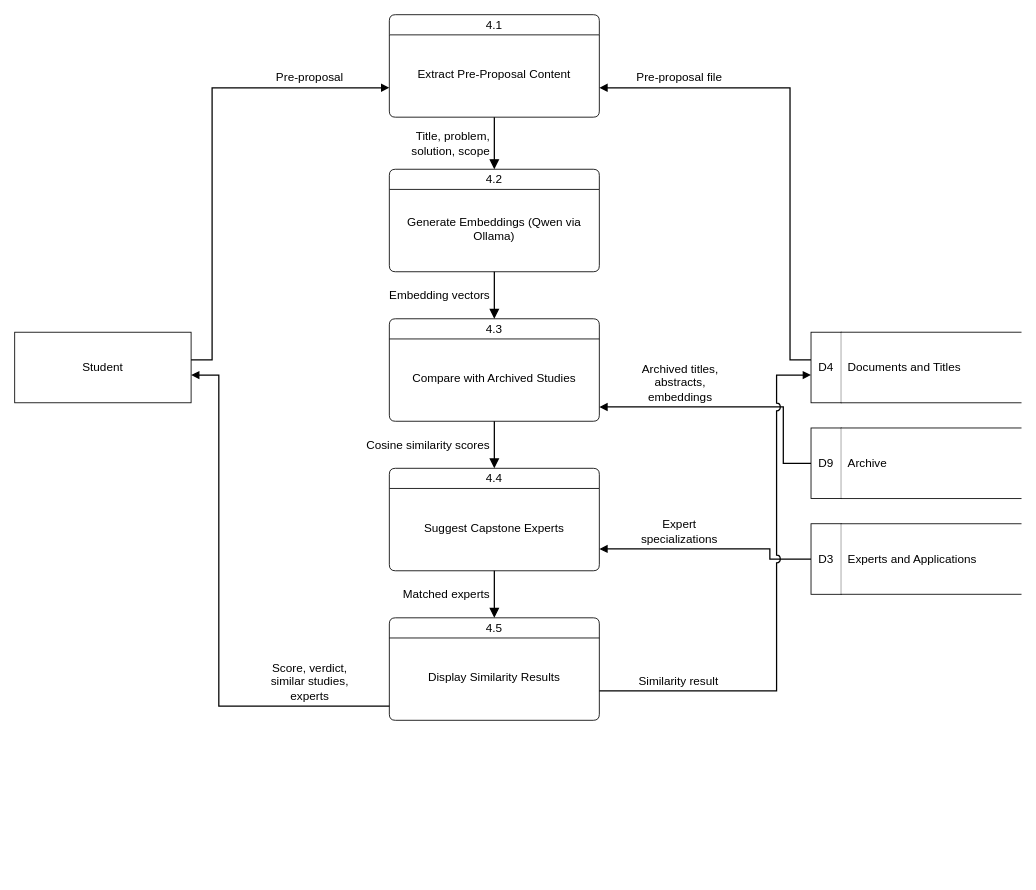
Above: page "DFD Level 1 - 4.0 Check Duplication" (7 of 16) of docs/diagrams/capstrack-diagrams-all.drawio in M21thony/capstrack (draw.io), before the change. Source tidied: cells renumbered, new cells numbered last; positions are measured from the earlier drawing's top-left corner, leaving out a move shared by most shapes. Both pictures are drawn from the tidied source at 84%, with x=0, y=0 at pixel (14, 14).
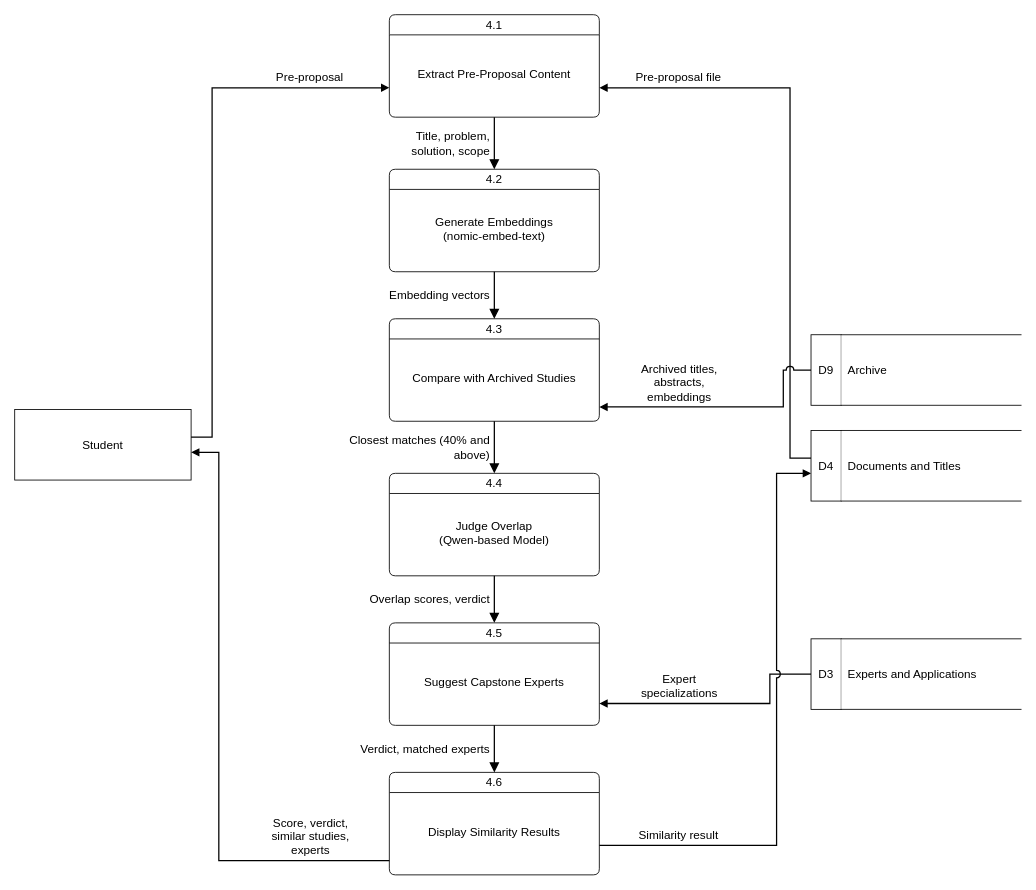
The same page after the edit.

Commit message (it also covers changes not shown here):
Fix DFD Level 1 (Check Duplication): embeddings come from nomic-embed-text

Process 4.2 wrongly said embeddings were generated by Qwen. The code
(SimilarityService, OLLAMA_EMBED_MODEL) uses nomic-embed-text; the
Qwen-based model only extracts sections for non-standard files and
judges the closest matches. Added the judge step (4.4) and the 40%
cutoff so the diagram matches Chapter 3.

The change refers to these unchanged cells:
```xml
<mxCell id="2" value="4.1" style="swimlane;shape=swimlane;rounded=1;arcSize=10;startSize=24;html=1;whiteSpace=wrap;fillColor=#ffffff;swimlaneFillColor=#ffffff;fontStyle=0;fontSize=14;strokeColor=#000000;fontFamily=Helvetica;fontColor=#000000;" parent="1" vertex="1">
  <mxGeometry x="446" width="250" height="122" as="geometry" />
</mxCell>
<mxCell id="4" value="4.2" style="swimlane;shape=swimlane;rounded=1;arcSize=10;startSize=24;html=1;whiteSpace=wrap;fillColor=#ffffff;swimlaneFillColor=#ffffff;fontStyle=0;fontSize=14;strokeColor=#000000;fontFamily=Helvetica;fontColor=#000000;" parent="1" vertex="1">
  <mxGeometry x="446" y="184" width="250" height="122" as="geometry" />
</mxCell>
<mxCell id="6" value="4.3" style="swimlane;shape=swimlane;rounded=1;arcSize=10;startSize=24;html=1;whiteSpace=wrap;fillColor=#ffffff;swimlaneFillColor=#ffffff;fontStyle=0;fontSize=14;strokeColor=#000000;fontFamily=Helvetica;fontColor=#000000;" parent="1" vertex="1">
  <mxGeometry x="446" y="362" width="250" height="122" as="geometry" />
</mxCell>
```

What changed in the source:
```diff
@@
-    <mxCell id="5" value="Generate Embeddings (Qwen via Ollama)" style="text;html=1;strokeColor=none;fillColor=none;align=center;verticalAlign=middle;whiteSpace=wrap;fontSize=14;fontFamily=Helvetica;fontColor=#000000;" parent="4" vertex="1">
+    <mxCell id="5" value="Generate Embeddings&lt;br&gt;(nomic-embed-text)" style="text;html=1;strokeColor=none;fillColor=none;align=center;verticalAlign=middle;whiteSpace=wrap;fontSize=14;fontFamily=Helvetica;fontColor=#000000;" parent="4" vertex="1">
       <mxGeometry x="6" y="24" width="238" height="94" as="geometry" />
     </mxCell>
@@
     <mxCell id="8" value="4.4" style="swimlane;shape=swimlane;rounded=1;arcSize=10;startSize=24;html=1;whiteSpace=wrap;fillColor=#ffffff;swimlaneFillColor=#ffffff;fontStyle=0;fontSize=14;strokeColor=#000000;fontFamily=Helvetica;fontColor=#000000;" parent="1" vertex="1">
-      <mxGeometry x="446" y="540" width="250" height="122" as="geometry" />
+      <mxGeometry x="446" y="546" width="250" height="122" as="geometry" />
     </mxCell>
-    <mxCell id="9" value="Suggest Capstone Experts" style="text;html=1;strokeColor=none;fillColor=none;align=center;verticalAlign=middle;whiteSpace=wrap;fontSize=14;fontFamily=Helvetica;fontColor=#000000;" parent="8" vertex="1">
+    <mxCell id="9" value="Judge Overlap&lt;br&gt;(Qwen-based Model)" style="text;html=1;strokeColor=none;fillColor=none;align=center;verticalAlign=middle;whiteSpace=wrap;fontSize=14;fontFamily=Helvetica;fontColor=#000000;" parent="8" vertex="1">
       <mxGeometry x="6" y="24" width="238" height="94" as="geometry" />
     </mxCell>
     <mxCell id="10" value="4.5" style="swimlane;shape=swimlane;rounded=1;arcSize=10;startSize=24;html=1;whiteSpace=wrap;fillColor=#ffffff;swimlaneFillColor=#ffffff;fontStyle=0;fontSize=14;strokeColor=#000000;fontFamily=Helvetica;fontColor=#000000;" parent="1" vertex="1">
-      <mxGeometry x="446" y="718" width="250" height="122" as="geometry" />
+      <mxGeometry x="446" y="724" width="250" height="122" as="geometry" />
     </mxCell>
-    <mxCell id="11" value="Display Similarity Results" style="text;html=1;strokeColor=none;fillColor=none;align=center;verticalAlign=middle;whiteSpace=wrap;fontSize=14;fontFamily=Helvetica;fontColor=#000000;" parent="10" vertex="1">
+    <mxCell id="11" value="Suggest Capstone Experts" style="text;html=1;strokeColor=none;fillColor=none;align=center;verticalAlign=middle;whiteSpace=wrap;fontSize=14;fontFamily=Helvetica;fontColor=#000000;" parent="10" vertex="1">
       <mxGeometry x="6" y="24" width="238" height="94" as="geometry" />
     </mxCell>
-    <mxCell id="12" value="Student" style="rounded=0;whiteSpace=wrap;html=1;fillColor=#ffffff;fontSize=14;strokeColor=#000000;fontFamily=Helvetica;fontColor=#000000;" parent="1" vertex="1">
-      <mxGeometry y="378" width="210" height="84" as="geometry" />
+    <mxCell id="12" value="4.6" style="swimlane;shape=swimlane;rounded=1;arcSize=10;startSize=24;html=1;whiteSpace=wrap;fillColor=#ffffff;swimlaneFillColor=#ffffff;fontStyle=0;fontSize=14;strokeColor=#000000;fontFamily=Helvetica;fontColor=#000000;" parent="1" vertex="1">
+      <mxGeometry x="446" y="902" width="250" height="122" as="geometry" />
     </mxCell>
-    <mxCell id="13" style="rounded=0;html=1;fillColor=none;strokeColor=none;fontSize=12;" parent="1" vertex="1">
-      <mxGeometry x="948" y="378" width="250" height="84" as="geometry" />
+    <mxCell id="13" value="Display Similarity Results" style="text;html=1;strokeColor=none;fillColor=none;align=center;verticalAlign=middle;whiteSpace=wrap;fontSize=14;fontFamily=Helvetica;fontColor=#000000;" parent="12" vertex="1">
+      <mxGeometry x="6" y="24" width="238" height="94" as="geometry" />
     </mxCell>
-    <mxCell id="14" value="D4" style="rounded=0;whiteSpace=wrap;html=1;fillColor=#ffffff;fontSize=14;strokeColor=#000000;fontFamily=Helvetica;fontColor=#000000;" parent="13" vertex="1">
-      <mxGeometry width="36" height="84" as="geometry" />
+    <mxCell id="14" value="Student" style="rounded=0;whiteSpace=wrap;html=1;fillColor=#ffffff;fontSize=14;strokeColor=#000000;fontFamily=Helvetica;fontColor=#000000;" parent="1" vertex="1">
+      <mxGeometry y="470" width="210" height="84" as="geometry" />
     </mxCell>
-    <mxCell id="15" value="Documents and Titles" style="shape=partialRectangle;left=0;right=0;top=1;bottom=1;whiteSpace=wrap;html=1;align=left;spacingLeft=6;fillColor=#ffffff;fontSize=14;strokeColor=#000000;fontFamily=Helvetica;fontColor=#000000;" parent="13" vertex="1">
-      <mxGeometry x="36" width="214" height="84" as="geometry" />
+    <mxCell id="15" style="rounded=0;html=1;fillColor=none;strokeColor=none;fontSize=12;" parent="1" vertex="1">
+      <mxGeometry x="948" y="381" width="250" height="84" as="geometry" />
     </mxCell>
-    <mxCell id="16" style="rounded=0;html=1;fillColor=none;strokeColor=none;fontSize=12;" parent="1" vertex="1">
-      <mxGeometry x="948" y="492" width="250" height="84" as="geometry" />
+    <mxCell id="16" value="D9" style="rounded=0;whiteSpace=wrap;html=1;fillColor=#ffffff;fontSize=14;strokeColor=#000000;fontFamily=Helvetica;fontColor=#000000;" parent="15" vertex="1">
+      <mxGeometry width="36" height="84" as="geometry" />
     </mxCell>
-    <mxCell id="17" value="D9" style="rounded=0;whiteSpace=wrap;html=1;fillColor=#ffffff;fontSize=14;strokeColor=#000000;fontFamily=Helvetica;fontColor=#000000;" parent="16" vertex="1">
-      <mxGeometry width="36" height="84" as="geometry" />
+    <mxCell id="17" value="Archive" style="shape=partialRectangle;left=0;right=0;top=1;bottom=1;whiteSpace=wrap;html=1;align=left;spacingLeft=6;fillColor=#ffffff;fontSize=14;strokeColor=#000000;fontFamily=Helvetica;fontColor=#000000;" parent="15" vertex="1">
+      <mxGeometry x="36" width="214" height="84" as="geometry" />
     </mxCell>
-    <mxCell id="18" value="Archive" style="shape=partialRectangle;left=0;right=0;top=1;bottom=1;whiteSpace=wrap;html=1;align=left;spacingLeft=6;fillColor=#ffffff;fontSize=14;strokeColor=#000000;fontFamily=Helvetica;fontColor=#000000;" parent="16" vertex="1">
-      <mxGeometry x="36" width="214" height="84" as="geometry" />
+    <mxCell id="18" style="rounded=0;html=1;fillColor=none;strokeColor=none;fontSize=12;" parent="1" vertex="1">
+      <mxGeometry x="948" y="495" width="250" height="84" as="geometry" />
     </mxCell>
-    <mxCell id="19" style="rounded=0;html=1;fillColor=none;strokeColor=none;fontSize=12;" parent="1" vertex="1">
-      <mxGeometry x="948" y="606" width="250" height="84" as="geometry" />
+    <mxCell id="19" value="D4" style="rounded=0;whiteSpace=wrap;html=1;fillColor=#ffffff;fontSize=14;strokeColor=#000000;fontFamily=Helvetica;fontColor=#000000;" parent="18" vertex="1">
+      <mxGeometry width="36" height="84" as="geometry" />
     </mxCell>
-    <mxCell id="20" value="D3" style="rounded=0;whiteSpace=wrap;html=1;fillColor=#ffffff;fontSize=14;strokeColor=#000000;fontFamily=Helvetica;fontColor=#000000;" parent="19" vertex="1">
-      <mxGeometry width="36" height="84" as="geometry" />
+    <mxCell id="20" value="Documents and Titles" style="shape=partialRectangle;left=0;right=0;top=1;bottom=1;whiteSpace=wrap;html=1;align=left;spacingLeft=6;fillColor=#ffffff;fontSize=14;strokeColor=#000000;fontFamily=Helvetica;fontColor=#000000;" parent="18" vertex="1">
+      <mxGeometry x="36" width="214" height="84" as="geometry" />
     </mxCell>
-    <mxCell id="21" value="Experts and Applications" style="shape=partialRectangle;left=0;right=0;top=1;bottom=1;whiteSpace=wrap;html=1;align=left;spacingLeft=6;fillColor=#ffffff;fontSize=14;strokeColor=#000000;fontFamily=Helvetica;fontColor=#000000;" parent="19" vertex="1">
-      <mxGeometry x="36" width="214" height="84" as="geometry" />
+    <mxCell id="21" style="rounded=0;html=1;fillColor=none;strokeColor=none;fontSize=12;" parent="1" vertex="1">
+      <mxGeometry x="948" y="743" width="250" height="84" as="geometry" />
     </mxCell>
-    <mxCell id="22" value="Pre-proposal" style="jumpStyle=arc;jumpSize=8;edgeStyle=orthogonalEdgeStyle;rounded=0;html=1;endArrow=block;endFill=1;endSize=8;strokeWidth=1.5;startArrow=none;strokeColor=#000000;fontFamily=Helvetica;fontColor=#000000;fontSize=14;labelBackgroundColor=#ffffff;verticalAlign=bottom;endSize=6;exitX=1;exitY=0.392857;exitDx=0;exitDy=0;entryX=0;entryY=0.713115;entryDx=0;entryDy=0;" parent="1" edge="1" source="12" target="2">
-      <mxGeometry x="0.66" relative="1" as="geometry">
-        <Array as="points">
-          <mxPoint x="235" y="411" />
-          <mxPoint x="235" y="87" />
-        </Array>
-        <mxPoint y="-1" as="offset" />
-      </mxGeometry>
+    <mxCell id="22" value="D3" style="rounded=0;whiteSpace=wrap;html=1;fillColor=#ffffff;fontSize=14;strokeColor=#000000;fontFamily=Helvetica;fontColor=#000000;" parent="21" vertex="1">
+      <mxGeometry width="36" height="84" as="geometry" />
     </mxCell>
-    <mxCell id="23" value="Score, verdict,&lt;br&gt;similar studies,&lt;br&gt;experts" style="jumpStyle=arc;jumpSize=8;edgeStyle=orthogonalEdgeStyle;rounded=0;html=1;endArrow=block;endFill=1;endSize=8;strokeWidth=1.5;startArrow=none;strokeColor=#000000;fontFamily=Helvetica;fontColor=#000000;fontSize=14;labelBackgroundColor=#ffffff;verticalAlign=bottom;endSize=6;exitX=0;exitY=0.860656;exitDx=0;exitDy=0;entryX=1;entryY=0.607143;entryDx=0;entryDy=0;" parent="1" edge="1" source="10" target="12">
-      <mxGeometry x="-0.7" relative="1" as="geometry">
-        <Array as="points">
-          <mxPoint x="243" y="823" />
-          <mxPoint x="243" y="429" />
-        </Array>
-        <mxPoint y="-1" as="offset" />
-      </mxGeometry>
+    <mxCell id="23" value="Experts and Applications" style="shape=partialRectangle;left=0;right=0;top=1;bottom=1;whiteSpace=wrap;html=1;align=left;spacingLeft=6;fillColor=#ffffff;fontSize=14;strokeColor=#000000;fontFamily=Helvetica;fontColor=#000000;" parent="21" vertex="1">
+      <mxGeometry x="36" width="214" height="84" as="geometry" />
     </mxCell>
-    <mxCell id="24" value="Pre-proposal file" style="jumpStyle=arc;jumpSize=8;edgeStyle=orthogonalEdgeStyle;rounded=0;html=1;endArrow=block;endFill=1;endSize=8;strokeWidth=1.5;startArrow=none;strokeColor=#000000;fontFamily=Helvetica;fontColor=#000000;fontSize=14;labelBackgroundColor=#ffffff;verticalAlign=bottom;endSize=6;exitX=0;exitY=0.392857;exitDx=0;exitDy=0;entryX=1;entryY=0.713115;entryDx=0;entryDy=0;" parent="1" edge="1" source="13" target="2">
-      <mxGeometry x="0.67" relative="1" as="geometry">
+    <mxCell id="24" value="Pre-proposal" style="jumpStyle=arc;jumpSize=8;edgeStyle=orthogonalEdgeStyle;rounded=0;html=1;endArrow=block;endFill=1;endSize=8;strokeWidth=1.5;startArrow=none;strokeColor=#000000;fontFamily=Helvetica;fontColor=#000000;fontSize=14;labelBackgroundColor=#ffffff;verticalAlign=bottom;endSize=6;exitX=1;exitY=0.392857;exitDx=0;exitDy=0;entryX=0;entryY=0.713115;entryDx=0;entryDy=0;" parent="1" edge="1" source="14" target="2">
+      <mxGeometry x="0.71" relative="1" as="geometry">
         <Array as="points">
-          <mxPoint x="923" y="411" />
-          <mxPoint x="923" y="87" />
+          <mxPoint x="235" y="503" />
+          <mxPoint x="235" y="87" />
         </Array>
         <mxPoint y="-1" as="offset" />
       </mxGeometry>
     </mxCell>
-    <mxCell id="25" value="Archived titles,&lt;br&gt;abstracts,&lt;br&gt;embeddings" style="jumpStyle=arc;jumpSize=8;edgeStyle=orthogonalEdgeStyle;rounded=0;html=1;endArrow=block;endFill=1;endSize=8;strokeWidth=1.5;startArrow=none;strokeColor=#000000;fontFamily=Helvetica;fontColor=#000000;fontSize=14;labelBackgroundColor=#ffffff;verticalAlign=bottom;endSize=6;exitX=0;exitY=0.5;exitDx=0;exitDy=0;entryX=1;entryY=0.860656;entryDx=0;entryDy=0;" parent="1" edge="1" source="16" target="6">
-      <mxGeometry x="0.4" relative="1" as="geometry">
+    <mxCell id="25" value="Score, verdict,&lt;br&gt;similar studies,&lt;br&gt;experts" style="jumpStyle=arc;jumpSize=8;edgeStyle=orthogonalEdgeStyle;rounded=0;html=1;endArrow=block;endFill=1;endSize=8;strokeWidth=1.5;startArrow=none;strokeColor=#000000;fontFamily=Helvetica;fontColor=#000000;fontSize=14;labelBackgroundColor=#ffffff;verticalAlign=bottom;endSize=6;exitX=0;exitY=0.860656;exitDx=0;exitDy=0;entryX=1;entryY=0.607143;entryDx=0;entryDy=0;" parent="1" edge="1" source="12" target="14">
+      <mxGeometry x="-0.74" relative="1" as="geometry">
         <Array as="points">
-          <mxPoint x="915" y="534" />
-          <mxPoint x="915" y="467" />
+          <mxPoint x="243" y="1007" />
+          <mxPoint x="243" y="521" />
         </Array>
         <mxPoint y="-1" as="offset" />
       </mxGeometry>
     </mxCell>
-    <mxCell id="26" value="Expert&lt;br&gt;specializations" style="jumpStyle=arc;jumpSize=8;edgeStyle=orthogonalEdgeStyle;rounded=0;html=1;endArrow=block;endFill=1;endSize=8;strokeWidth=1.5;startArrow=none;strokeColor=#000000;fontFamily=Helvetica;fontColor=#000000;fontSize=14;labelBackgroundColor=#ffffff;verticalAlign=bottom;endSize=6;exitX=0;exitY=0.5;exitDx=0;exitDy=0;entryX=1;entryY=0.786885;entryDx=0;entryDy=0;" parent="1" edge="1" source="19" target="8">
-      <mxGeometry x="0.28" relative="1" as="geometry">
+    <mxCell id="26" value="Pre-proposal file" style="jumpStyle=arc;jumpSize=8;edgeStyle=orthogonalEdgeStyle;rounded=0;html=1;endArrow=block;endFill=1;endSize=8;strokeWidth=1.5;startArrow=none;strokeColor=#000000;fontFamily=Helvetica;fontColor=#000000;fontSize=14;labelBackgroundColor=#ffffff;verticalAlign=bottom;endSize=6;exitX=0;exitY=0.392857;exitDx=0;exitDy=0;entryX=1;entryY=0.713115;entryDx=0;entryDy=0;" parent="1" edge="1" source="18" target="2">
+      <mxGeometry x="0.73" relative="1" as="geometry">
         <Array as="points">
-          <mxPoint x="899" y="648" />
-          <mxPoint x="899" y="636" />
+          <mxPoint x="923" y="528" />
+          <mxPoint x="923" y="87" />
         </Array>
         <mxPoint y="-1" as="offset" />
       </mxGeometry>
     </mxCell>
-    <mxCell id="27" value="Similarity result" style="jumpStyle=arc;jumpSize=8;edgeStyle=orthogonalEdgeStyle;rounded=0;html=1;endArrow=block;endFill=1;endSize=8;strokeWidth=1.5;startArrow=none;strokeColor=#000000;fontFamily=Helvetica;fontColor=#000000;fontSize=14;labelBackgroundColor=#ffffff;verticalAlign=bottom;endSize=6;exitX=1;exitY=0.713115;exitDx=0;exitDy=0;entryX=0;entryY=0.607143;entryDx=0;entryDy=0;" parent="1" edge="1" source="10" target="13">
-      <mxGeometry x="-0.7" relative="1" as="geometry">
+    <mxCell id="27" value="Archived titles,&lt;br&gt;abstracts,&lt;br&gt;embeddings" style="jumpStyle=arc;jumpSize=8;edgeStyle=orthogonalEdgeStyle;rounded=0;html=1;endArrow=block;endFill=1;endSize=8;strokeWidth=1.5;startArrow=none;strokeColor=#000000;fontFamily=Helvetica;fontColor=#000000;fontSize=14;labelBackgroundColor=#ffffff;verticalAlign=bottom;endSize=6;exitX=0;exitY=0.5;exitDx=0;exitDy=0;entryX=1;entryY=0.860656;entryDx=0;entryDy=0;" parent="1" edge="1" source="15" target="6">
+      <mxGeometry x="0.36" relative="1" as="geometry">
         <Array as="points">
-          <mxPoint x="907" y="805" />
-          <mxPoint x="907" y="429" />
+          <mxPoint x="915" y="423" />
+          <mxPoint x="915" y="467" />
         </Array>
         <mxPoint y="-1" as="offset" />
       </mxGeometry>
     </mxCell>
-    <mxCell id="28" value="Title, problem,&lt;br&gt;solution, scope" style="jumpStyle=arc;jumpSize=8;edgeStyle=orthogonalEdgeStyle;rounded=0;html=1;endArrow=block;endFill=1;endSize=8;strokeWidth=1.5;startArrow=none;strokeColor=#000000;fontFamily=Helvetica;fontColor=#000000;fontSize=14;labelBackgroundColor=#ffffff;align=right;exitX=0.5;exitY=1;exitDx=0;exitDy=0;entryX=0.5;entryY=0;entryDx=0;entryDy=0;" parent="1" edge="1" source="2" target="4">
-      <mxGeometry relative="1" as="geometry">
-        <mxPoint x="-4" as="offset" />
+    <mxCell id="28" value="Expert&lt;br&gt;specializations" style="jumpStyle=arc;jumpSize=8;edgeStyle=orthogonalEdgeStyle;rounded=0;html=1;endArrow=block;endFill=1;endSize=8;strokeWidth=1.5;startArrow=none;strokeColor=#000000;fontFamily=Helvetica;fontColor=#000000;fontSize=14;labelBackgroundColor=#ffffff;verticalAlign=bottom;endSize=6;exitX=0;exitY=0.5;exitDx=0;exitDy=0;entryX=1;entryY=0.786885;entryDx=0;entryDy=0;" parent="1" edge="1" source="21" target="10">
+      <mxGeometry x="0.34" relative="1" as="geometry">
+        <Array as="points">
+          <mxPoint x="899" y="785" />
+          <mxPoint x="899" y="820" />
+        </Array>
+        <mxPoint y="-1" as="offset" />
       </mxGeometry>
     </mxCell>
-    <mxCell id="29" value="Embedding vectors" style="jumpStyle=arc;jumpSize=8;edgeStyle=orthogonalEdgeStyle;rounded=0;html=1;endArrow=block;endFill=1;endSize=8;strokeWidth=1.5;startArrow=none;strokeColor=#000000;fontFamily=Helvetica;fontColor=#000000;fontSize=14;labelBackgroundColor=#ffffff;align=right;exitX=0.5;exitY=1;exitDx=0;exitDy=0;entryX=0.5;entryY=0;entryDx=0;entryDy=0;" parent="1" edge="1" source="4" target="6">
-      <mxGeometry relative="1" as="geometry">
-        <mxPoint x="-4" as="offset" />
+    <mxCell id="29" value="Similarity result" style="jumpStyle=arc;jumpSize=8;edgeStyle=orthogonalEdgeStyle;rounded=0;html=1;endArrow=block;endFill=1;endSize=8;strokeWidth=1.5;startArrow=none;strokeColor=#000000;fontFamily=Helvetica;fontColor=#000000;fontSize=14;labelBackgroundColor=#ffffff;verticalAlign=bottom;endSize=6;exitX=1;exitY=0.713115;exitDx=0;exitDy=0;entryX=0;entryY=0.607143;entryDx=0;entryDy=0;" parent="1" edge="1" source="12" target="18">
+      <mxGeometry x="-0.73" relative="1" as="geometry">
+        <Array as="points">
+          <mxPoint x="907" y="989" />
+          <mxPoint x="907" y="546" />
+        </Array>
+        <mxPoint y="-1" as="offset" />
       </mxGeometry>
     </mxCell>
-    <mxCell id="30" value="Cosine similarity scores" style="jumpStyle=arc;jumpSize=8;edgeStyle=orthogonalEdgeStyle;rounded=0;html=1;endArrow=block;endFill=1;endSize=8;strokeWidth=1.5;startArrow=none;strokeColor=#000000;fontFamily=Helvetica;fontColor=#000000;fontSize=14;labelBackgroundColor=#ffffff;align=right;exitX=0.5;exitY=1;exitDx=0;exitDy=0;entryX=0.5;entryY=0;entryDx=0;entryDy=0;" parent="1" edge="1" source="6" target="8">
+    <mxCell id="30" value="Title, problem,&lt;br&gt;solution, scope" style="jumpStyle=arc;jumpSize=8;edgeStyle=orthogonalEdgeStyle;rounded=0;html=1;endArrow=block;endFill=1;endSize=8;strokeWidth=1.5;startArrow=none;strokeColor=#000000;fontFamily=Helvetica;fontColor=#000000;fontSize=14;labelBackgroundColor=#ffffff;align=right;exitX=0.5;exitY=1;exitDx=0;exitDy=0;entryX=0.5;entryY=0;entryDx=0;entryDy=0;" parent="1" edge="1" source="2" target="4">
       <mxGeometry relative="1" as="geometry">
         <mxPoint x="-4" as="offset" />
       </mxGeometry>
     </mxCell>
-    <mxCell id="31" value="Matched experts" style="jumpStyle=arc;jumpSize=8;edgeStyle=orthogonalEdgeStyle;rounded=0;html=1;endArrow=block;endFill=1;endSize=8;strokeWidth=1.5;startArrow=none;strokeColor=#000000;fontFamily=Helvetica;fontColor=#000000;fontSize=14;labelBackgroundColor=#ffffff;align=right;exitX=0.5;exitY=1;exitDx=0;exitDy=0;entryX=0.5;entryY=0;entryDx=0;entryDy=0;" parent="1" edge="1" source="8" target="10">
+    <mxCell id="31" value="Embedding vectors" style="jumpStyle=arc;jumpSize=8;edgeStyle=orthogonalEdgeStyle;rounded=0;html=1;endArrow=block;endFill=1;endSize=8;strokeWidth=1.5;startArrow=none;strokeColor=#000000;fontFamily=Helvetica;fontColor=#000000;fontSize=14;labelBackgroundColor=#ffffff;align=right;exitX=0.5;exitY=1;exitDx=0;exitDy=0;entryX=0.5;entryY=0;entryDx=0;entryDy=0;" parent="1" edge="1" source="4" target="6">
       <mxGeometry relative="1" as="geometry">
         <mxPoint x="-4" as="offset" />
       </mxGeometry>
     </mxCell>
+    <mxCell id="32" value="Closest matches (40% and&lt;br&gt;above)" style="jumpStyle=arc;jumpSize=8;edgeStyle=orthogonalEdgeStyle;rounded=0;html=1;endArrow=block;endFill=1;endSize=8;strokeWidth=1.5;startArrow=none;strokeColor=#000000;fontFamily=Helvetica;fontColor=#000000;fontSize=14;labelBackgroundColor=#ffffff;align=right;exitX=0.5;exitY=1;exitDx=0;exitDy=0;entryX=0.5;entryY=0;entryDx=0;entryDy=0;" parent="1" edge="1" source="6" target="8">
+      <mxGeometry relative="1" as="geometry">
+        <mxPoint x="-4" as="offset" />
+      </mxGeometry>
+    </mxCell>
+    <mxCell id="33" value="Overlap scores, verdict" style="jumpStyle=arc;jumpSize=8;edgeStyle=orthogonalEdgeStyle;rounded=0;html=1;endArrow=block;endFill=1;endSize=8;strokeWidth=1.5;startArrow=none;strokeColor=#000000;fontFamily=Helvetica;fontColor=#000000;fontSize=14;labelBackgroundColor=#ffffff;align=right;exitX=0.5;exitY=1;exitDx=0;exitDy=0;entryX=0.5;entryY=0;entryDx=0;entryDy=0;" parent="1" edge="1" source="8" target="10">
+      <mxGeometry relative="1" as="geometry">
+        <mxPoint x="-4" as="offset" />
+      </mxGeometry>
+    </mxCell>
+    <mxCell id="34" value="Verdict, matched experts" style="jumpStyle=arc;jumpSize=8;edgeStyle=orthogonalEdgeStyle;rounded=0;html=1;endArrow=block;endFill=1;endSize=8;strokeWidth=1.5;startArrow=none;strokeColor=#000000;fontFamily=Helvetica;fontColor=#000000;fontSize=14;labelBackgroundColor=#ffffff;align=right;exitX=0.5;exitY=1;exitDx=0;exitDy=0;entryX=0.5;entryY=0;entryDx=0;entryDy=0;" parent="1" edge="1" source="10" target="12">
+      <mxGeometry relative="1" as="geometry">
+        <mxPoint x="-4" as="offset" />
+      </mxGeometry>
+    </mxCell>
```
